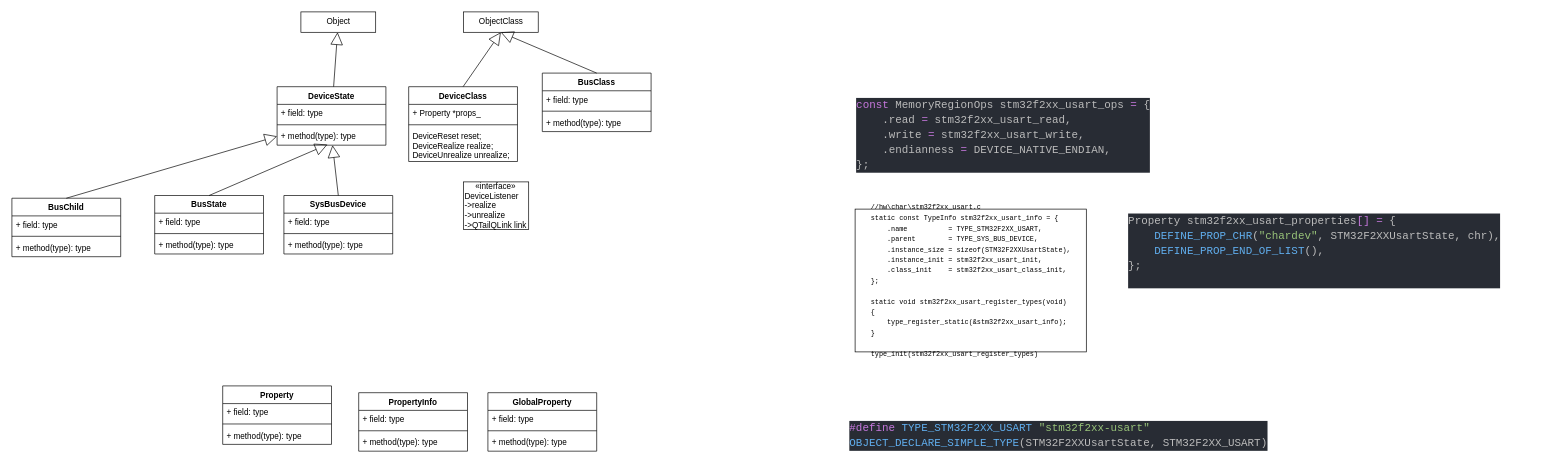
Above: QOM-DEV-UART.drawio in youtubezou/A-thinking-in-linux (draw.io), before the change. Source tidied: cells renumbered, new cells numbered last; positions are measured from the earlier drawing's top-left corner, leaving out a move shared by most shapes. Both pictures are drawn from the tidied source at 68%, with x=0, y=0 at pixel (12, 12).
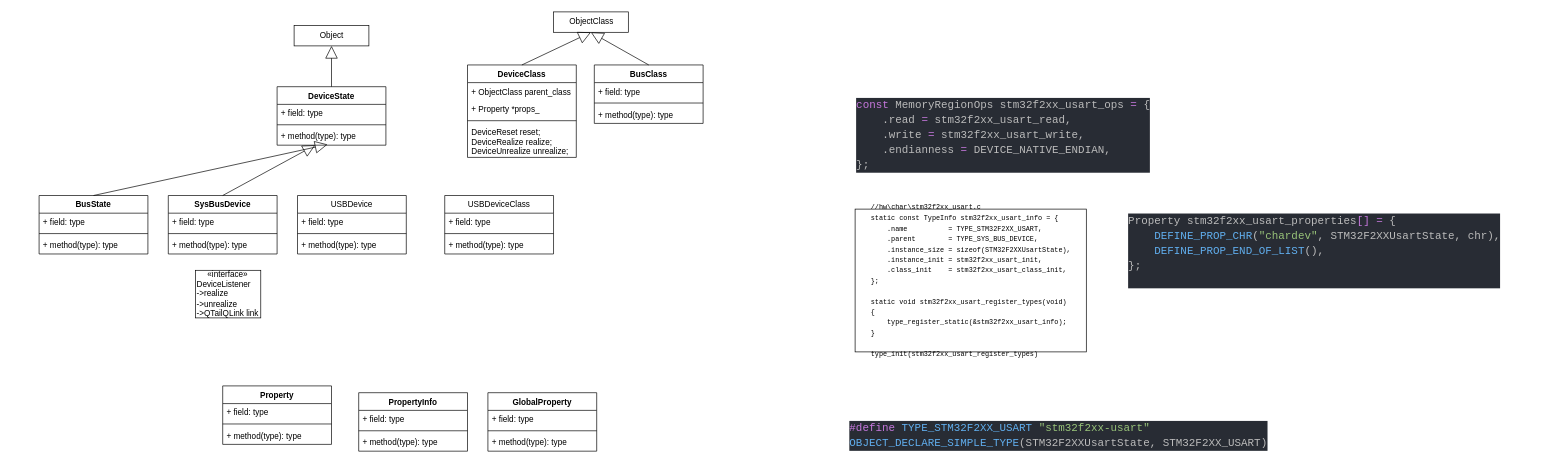
Above is the later version.

Unchanged cells that the change refers to:
```xml
<mxCell id="14" value="+ method(type): type" style="text;strokeColor=none;fillColor=none;align=left;verticalAlign=top;spacingLeft=4;spacingRight=4;overflow=hidden;points=[[0,0.5],[1,0.5]];portConstraint=eastwest;rounded=0;fontColor=#000000;" parent="11" vertex="1">
  <mxGeometry y="60" width="160" height="26" as="geometry" />
</mxCell>
```

Diff of the diagram source:
```diff
@@
     <mxCell id="7" value="SysBusDevice" style="swimlane;fontStyle=1;align=center;verticalAlign=top;horizontal=1;startSize=26;rounded=0;fontColor=#000000;strokeColor=default;fillColor=none;gradientColor=#ffffff;" parent="1" vertex="1">
-      <mxGeometry x="400" y="270" width="160" height="86" as="geometry" />
+      <mxGeometry x="230" y="270" width="160" height="86" as="geometry" />
     </mxCell>
@@
     <mxCell id="16" value="Object" style="html=1;rounded=0;fontColor=#000000;strokeColor=default;fillColor=none;gradientColor=#ffffff;" parent="1" vertex="1">
-      <mxGeometry x="425" width="110" height="30" as="geometry" />
+      <mxGeometry x="415" y="20" width="110" height="30" as="geometry" />
     </mxCell>
@@
     <mxCell id="30" value="BusState" style="swimlane;fontStyle=1;align=center;verticalAlign=top;horizontal=1;startSize=26;rounded=0;fontColor=#000000;strokeColor=default;fillColor=none;gradientColor=#ffffff;" parent="1" vertex="1">
-      <mxGeometry x="210" y="270" width="160" height="86" as="geometry" />
+      <mxGeometry x="40" y="270" width="160" height="86" as="geometry" />
     </mxCell>
@@
-    <mxCell id="35" value="BusChild" style="swimlane;fontStyle=1;align=center;verticalAlign=top;horizontal=1;startSize=26;rounded=0;fontColor=#000000;strokeColor=default;fillColor=none;gradientColor=#ffffff;" parent="1" vertex="1">
-      <mxGeometry y="274" width="160" height="86" as="geometry" />
-    </mxCell>
-    <mxCell id="36" value="+ field: type" style="text;strokeColor=none;fillColor=none;align=left;verticalAlign=top;spacingLeft=4;spacingRight=4;overflow=hidden;rounded=0;fontColor=#000000;" parent="35" vertex="1">
-      <mxGeometry y="26" width="160" height="26" as="geometry" />
-    </mxCell>
-    <mxCell id="37" style="line;strokeWidth=1;fillColor=none;align=left;verticalAlign=middle;spacingTop=-1;spacingLeft=3;spacingRight=3;labelPosition=right;rounded=0;fontColor=#000000;" parent="35" vertex="1">
-      <mxGeometry y="52" width="160" height="8" as="geometry" />
-    </mxCell>
-    <mxCell id="38" value="+ method(type): type" style="text;strokeColor=none;fillColor=none;align=left;verticalAlign=top;spacingLeft=4;spacingRight=4;overflow=hidden;rounded=0;fontColor=#000000;" parent="35" vertex="1">
-      <mxGeometry y="60" width="160" height="26" as="geometry" />
-    </mxCell>
-    <mxCell id="39" style="endArrow=block;endSize=16;endFill=0;html=1;rounded=0;fontColor=#000000;exitX=0.5;exitY=0;exitDx=0;exitDy=0;entryX=0;entryY=0.5;entryDx=0;entryDy=0;" parent="1" edge="1" source="35" target="14">
-      <mxGeometry relative="1" as="geometry" />
-    </mxCell>
     <mxCell id="40" value="BusClass" style="swimlane;fontStyle=1;align=center;verticalAlign=top;horizontal=1;startSize=26;rounded=0;fontColor=#000000;strokeColor=default;fillColor=none;gradientColor=#ffffff;" parent="1" vertex="1">
-      <mxGeometry x="780" y="90" width="160" height="86" as="geometry" />
+      <mxGeometry x="856.5" y="78" width="160" height="86" as="geometry" />
     </mxCell>
@@
     <mxCell id="44" value="ObjectClass" style="html=1;rounded=0;fontColor=#000000;strokeColor=default;fillColor=none;gradientColor=#ffffff;" parent="1" vertex="1">
-      <mxGeometry x="664" width="110" height="30" as="geometry" />
+      <mxGeometry x="796.5" width="110" height="30" as="geometry" />
     </mxCell>
@@
     <mxCell id="46" value="&lt;div style=&quot;text-align: center&quot;&gt;&lt;span&gt;«interface»&lt;/span&gt;&lt;/div&gt;&lt;div&gt;&lt;span&gt;DeviceListener&lt;/span&gt;&lt;/div&gt;&lt;div&gt;&lt;span&gt;-&amp;gt;realize&lt;/span&gt;&lt;/div&gt;&lt;div&gt;&lt;span&gt;-&amp;gt;unrealize&lt;/span&gt;&lt;/div&gt;&lt;div&gt;&lt;span&gt;-&amp;gt;QTailQLink link&lt;/span&gt;&lt;/div&gt;" style="html=1;rounded=0;fontColor=#000000;strokeColor=default;fillColor=none;gradientColor=#ffffff;fontStyle=0;align=left;" parent="1" vertex="1">
-      <mxGeometry x="664" y="250" width="96" height="70" as="geometry" />
+      <mxGeometry x="270" y="380" width="96" height="70" as="geometry" />
     </mxCell>
     <mxCell id="47" value="DeviceClass" style="swimlane;fontStyle=1;align=center;verticalAlign=top;horizontal=1;startSize=26;rounded=0;fontColor=#000000;strokeColor=default;fillColor=none;gradientColor=#ffffff;" parent="1" vertex="1">
-      <mxGeometry x="583.5" y="110" width="160" height="110" as="geometry" />
+      <mxGeometry x="670" y="78" width="160" height="136" as="geometry" />
     </mxCell>
-    <mxCell id="48" value="+ Property *props_" style="text;strokeColor=none;fillColor=none;align=left;verticalAlign=top;spacingLeft=4;spacingRight=4;overflow=hidden;rounded=0;fontColor=#000000;" parent="47" vertex="1">
+    <mxCell id="48" value="+ ObjectClass parent_class" style="text;strokeColor=none;fillColor=none;align=left;verticalAlign=top;spacingLeft=4;spacingRight=4;overflow=hidden;rounded=0;fontColor=#000000;" parent="47" vertex="1">
       <mxGeometry y="26" width="160" height="26" as="geometry" />
     </mxCell>
+    <mxCell id="52" value="+ Property *props_" style="text;strokeColor=none;fillColor=none;align=left;verticalAlign=top;spacingLeft=4;spacingRight=4;overflow=hidden;rounded=0;fontColor=#000000;" parent="47" vertex="1">
+      <mxGeometry y="52" width="160" height="26" as="geometry" />
+    </mxCell>
     <mxCell id="49" style="line;strokeWidth=1;fillColor=none;align=left;verticalAlign=middle;spacingTop=-1;spacingLeft=3;spacingRight=3;labelPosition=right;rounded=0;fontColor=#000000;" parent="47" vertex="1">
-      <mxGeometry y="52" width="160" height="8" as="geometry" />
+      <mxGeometry y="78" width="160" height="8" as="geometry" />
     </mxCell>
     <mxCell id="50" value="DeviceReset reset;&#10;DeviceRealize realize;&#10;DeviceUnrealize unrealize;" style="text;strokeColor=none;fillColor=none;align=left;verticalAlign=top;spacingLeft=4;spacingRight=4;overflow=hidden;rounded=0;fontColor=#000000;" parent="47" vertex="1">
-      <mxGeometry y="60" width="160" height="50" as="geometry" />
+      <mxGeometry y="86" width="160" height="50" as="geometry" />
     </mxCell>
@@
+    <mxCell id="53" value="USBDevice" style="swimlane;fontStyle=0;align=center;verticalAlign=top;horizontal=1;startSize=26;rounded=0;fontColor=#000000;strokeColor=default;fillColor=none;gradientColor=#ffffff;" parent="1" vertex="1">
+      <mxGeometry x="420" y="270" width="160" height="86" as="geometry" />
+    </mxCell>
+    <mxCell id="54" value="+ field: type" style="text;strokeColor=none;fillColor=none;align=left;verticalAlign=top;spacingLeft=4;spacingRight=4;overflow=hidden;rounded=0;fontColor=#000000;" parent="53" vertex="1">
+      <mxGeometry y="26" width="160" height="26" as="geometry" />
+    </mxCell>
+    <mxCell id="55" style="line;strokeWidth=1;fillColor=none;align=left;verticalAlign=middle;spacingTop=-1;spacingLeft=3;spacingRight=3;labelPosition=right;rounded=0;fontColor=#000000;" parent="53" vertex="1">
+      <mxGeometry y="52" width="160" height="8" as="geometry" />
+    </mxCell>
+    <mxCell id="56" value="+ method(type): type" style="text;strokeColor=none;fillColor=none;align=left;verticalAlign=top;spacingLeft=4;spacingRight=4;overflow=hidden;rounded=0;fontColor=#000000;" parent="53" vertex="1">
+      <mxGeometry y="60" width="160" height="26" as="geometry" />
+    </mxCell>
+    <mxCell id="57" value="USBDeviceClass" style="swimlane;fontStyle=0;align=center;verticalAlign=top;horizontal=1;startSize=26;rounded=0;fontColor=#000000;strokeColor=default;fillColor=none;gradientColor=#ffffff;" parent="1" vertex="1">
+      <mxGeometry x="636.5" y="270" width="160" height="86" as="geometry" />
+    </mxCell>
+    <mxCell id="58" value="+ field: type" style="text;strokeColor=none;fillColor=none;align=left;verticalAlign=top;spacingLeft=4;spacingRight=4;overflow=hidden;rounded=0;fontColor=#000000;" parent="57" vertex="1">
+      <mxGeometry y="26" width="160" height="26" as="geometry" />
+    </mxCell>
+    <mxCell id="59" style="line;strokeWidth=1;fillColor=none;align=left;verticalAlign=middle;spacingTop=-1;spacingLeft=3;spacingRight=3;labelPosition=right;rounded=0;fontColor=#000000;" parent="57" vertex="1">
+      <mxGeometry y="52" width="160" height="8" as="geometry" />
+    </mxCell>
+    <mxCell id="60" value="+ method(type): type" style="text;strokeColor=none;fillColor=none;align=left;verticalAlign=top;spacingLeft=4;spacingRight=4;overflow=hidden;rounded=0;fontColor=#000000;" parent="57" vertex="1">
+      <mxGeometry y="60" width="160" height="26" as="geometry" />
+    </mxCell>
```
